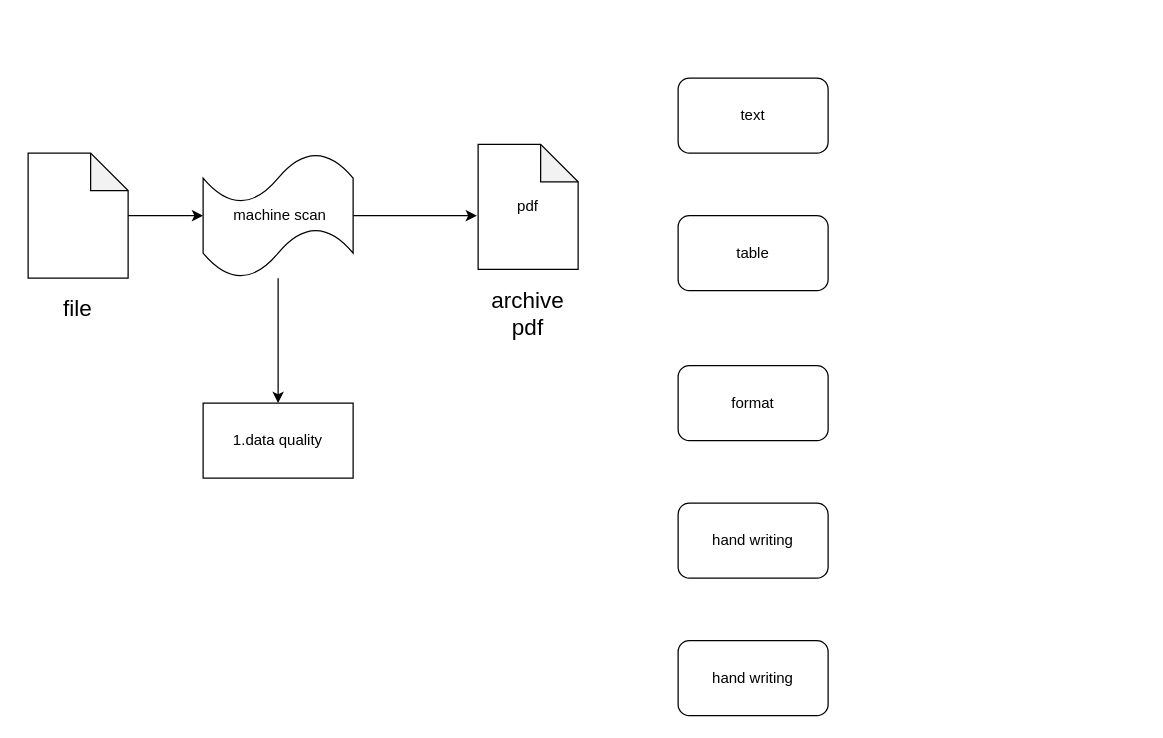
Above: ocr.drawio in Saiable/drawio (draw.io), before the change. Source tidied: cells renumbered, new cells numbered last; positions are measured from the earlier drawing's top-left corner, leaving out a move shared by most shapes. Both pictures are drawn from the tidied source at 125%, with x=0, y=0 at pixel (21, 78).
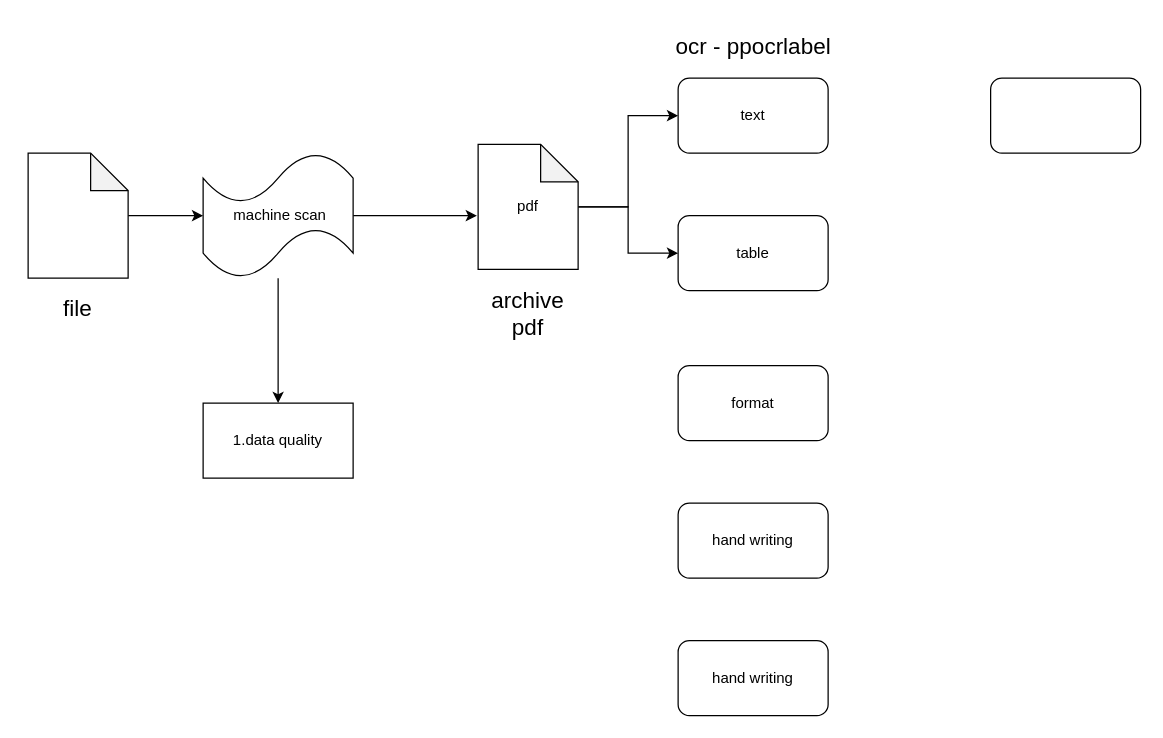
After the change.

What changed in the source:
```diff
@@
 <mxGraphModel>
   <root>
     <mxCell id="0" />
     <mxCell id="1" parent="0" />
     <mxCell id="2" style="edgeStyle=orthogonalEdgeStyle;rounded=0;jettySize=auto;html=1;" parent="1" edge="1" source="3" target="7">
       <mxGeometry relative="1" as="geometry" />
     </mxCell>
     <mxCell id="3" style="shape=note;whiteSpace=wrap;html=1;backgroundOutline=1;darkOpacity=0.05;" parent="1" vertex="1">
       <mxGeometry x="5" y="60" width="80" height="100" as="geometry" />
     </mxCell>
     <mxCell id="4" value="&lt;font style=&quot;font-size: 18px;&quot;&gt;file&lt;br&gt;&lt;/font&gt;" style="text;html=1;strokeColor=none;fillColor=none;align=center;verticalAlign=middle;whiteSpace=wrap;rounded=0;" parent="1" vertex="1">
       <mxGeometry y="170" width="90" height="30" as="geometry" />
     </mxCell>
     <mxCell id="5" style="edgeStyle=orthogonalEdgeStyle;rounded=0;jettySize=auto;html=1;" parent="1" edge="1" source="7" target="8">
       <mxGeometry relative="1" as="geometry" />
     </mxCell>
     <mxCell id="6" style="edgeStyle=orthogonalEdgeStyle;rounded=0;jettySize=auto;html=1;exitX=1;exitY=0.5;exitDx=0;exitDy=0;exitPerimeter=0;entryX=-0.012;entryY=0.57;entryDx=0;entryDy=0;entryPerimeter=0;" parent="1" edge="1" source="7" target="9">
       <mxGeometry relative="1" as="geometry" />
     </mxCell>
     <mxCell id="7" value="&amp;nbsp;machine scan" style="shape=tape;whiteSpace=wrap;html=1;" parent="1" vertex="1">
       <mxGeometry x="145" y="60" width="120" height="100" as="geometry" />
     </mxCell>
     <mxCell id="8" value="1.data quality" style="whiteSpace=wrap;html=1;" parent="1" vertex="1">
       <mxGeometry x="145" y="260" width="120" height="60" as="geometry" />
     </mxCell>
+    <mxCell id="16" style="edgeStyle=orthogonalEdgeStyle;rounded=0;jettySize=auto;html=1;" parent="1" edge="1" source="9" target="11">
+      <mxGeometry relative="1" as="geometry" />
+    </mxCell>
+    <mxCell id="17" style="edgeStyle=orthogonalEdgeStyle;rounded=0;jettySize=auto;html=1;entryX=0;entryY=0.5;entryDx=0;entryDy=0;fontSize=18;" parent="1" edge="1" source="9" target="12">
+      <mxGeometry relative="1" as="geometry" />
+    </mxCell>
     <mxCell id="9" value="pdf" style="shape=note;whiteSpace=wrap;html=1;backgroundOutline=1;darkOpacity=0.05;" parent="1" vertex="1">
       <mxGeometry x="365" y="53" width="80" height="100" as="geometry" />
     </mxCell>
     <mxCell id="10" value="&lt;font style=&quot;font-size: 18px;&quot;&gt;archive pdf&lt;br&gt;&lt;br&gt;&lt;/font&gt;" style="text;html=1;strokeColor=none;fillColor=none;align=center;verticalAlign=middle;whiteSpace=wrap;rounded=0;" parent="1" vertex="1">
       <mxGeometry x="365" y="170" width="80" height="60" as="geometry" />
     </mxCell>
     <mxCell id="11" value="text" style="rounded=1;whiteSpace=wrap;html=1;" parent="1" vertex="1">
       <mxGeometry x="525" width="120" height="60" as="geometry" />
     </mxCell>
     <mxCell id="12" value="table" style="rounded=1;whiteSpace=wrap;html=1;" parent="1" vertex="1">
       <mxGeometry x="525" y="110" width="120" height="60" as="geometry" />
     </mxCell>
     <mxCell id="13" value="format" style="rounded=1;whiteSpace=wrap;html=1;" parent="1" vertex="1">
       <mxGeometry x="525" y="230" width="120" height="60" as="geometry" />
     </mxCell>
     <mxCell id="14" value="hand writing" style="rounded=1;whiteSpace=wrap;html=1;" parent="1" vertex="1">
       <mxGeometry x="525" y="340" width="120" height="60" as="geometry" />
     </mxCell>
     <mxCell id="15" value="hand writing" style="rounded=1;whiteSpace=wrap;html=1;" parent="1" vertex="1">
       <mxGeometry x="525" y="450" width="120" height="60" as="geometry" />
     </mxCell>
+    <mxCell id="18" value="&lt;font style=&quot;font-size: 18px;&quot;&gt;ocr - ppocrlabel&lt;/font&gt;" style="text;html=1;align=center;verticalAlign=middle;strokeColor=none;fillColor=none;" parent="1" vertex="1">
+      <mxGeometry x="510" y="-45" width="150" height="40" as="geometry" />
+    </mxCell>
+    <mxCell id="19" style="rounded=1;whiteSpace=wrap;html=1;fontSize=18;" parent="1" vertex="1">
+      <mxGeometry x="775" width="120" height="60" as="geometry" />
+    </mxCell>
   </root>
 </mxGraphModel>
```
